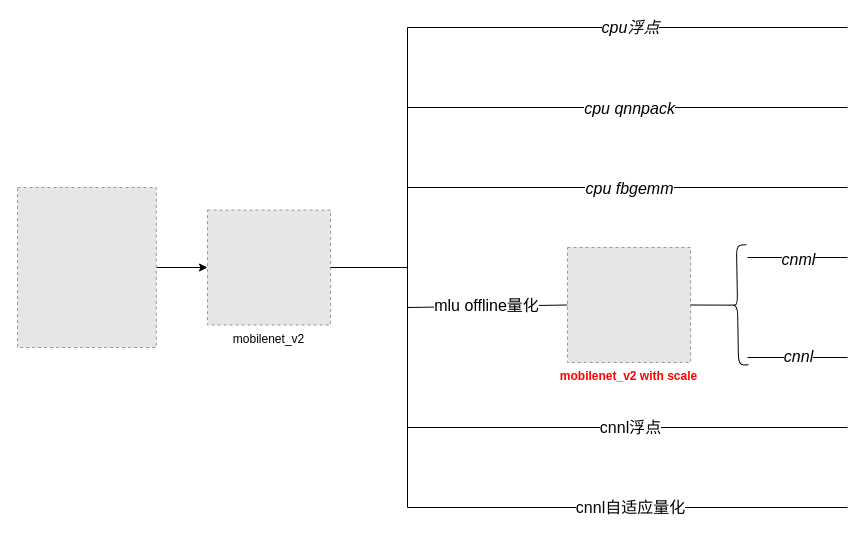
This is torch/quantize_analysis.drawio from alanzhai219/dive_into_framework, a draw.io file, before an edit. Source tidied: cells renumbered, new cells numbered last; positions are measured from the earlier drawing's top-left corner, leaving out a move shared by most shapes. Both pictures are drawn from the tidied source at 100%, with x=0, y=0 at pixel (17, 27). Pictures stored in the file or linked from it are replaced by grey dashed boxes.
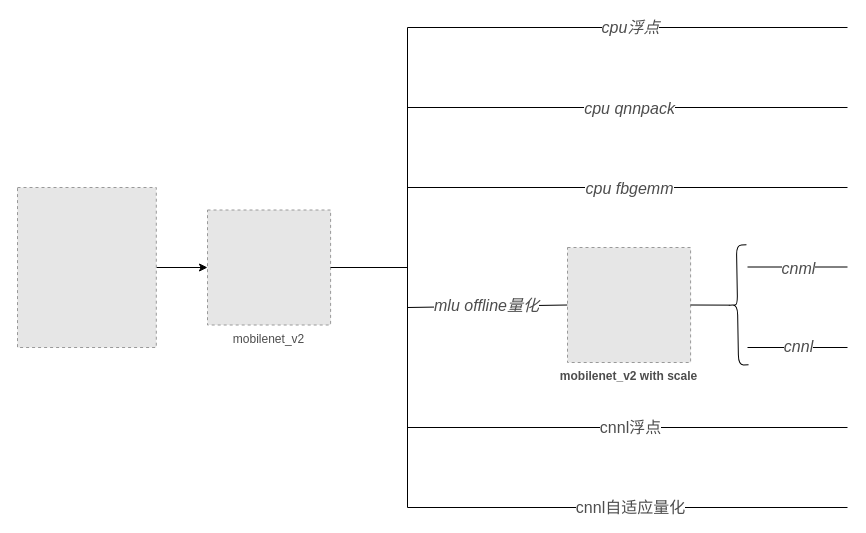
The same diagram, later.

Change to the diagram source:
```diff
@@
-    <mxCell id="2" style="edgeStyle=orthogonalEdgeStyle;rounded=0;jettySize=auto;html=1;" parent="1" edge="1" source="3" target="4">
+    <mxCell id="2" style="edgeStyle=orthogonalEdgeStyle;rounded=0;jettySize=auto;html=1;fontColor=#4D4D4D;" parent="1" edge="1" source="3" target="4">
       <mxGeometry relative="1" as="geometry" />
     </mxCell>
-    <mxCell id="3" style="fillColor=#E6E6E6;strokeColor=#999999;dashed=1;verticalLabelPosition=bottom;verticalAlign=top;" parent="1" vertex="1">
+    <mxCell id="3" style="fillColor=#E6E6E6;strokeColor=#999999;dashed=1;verticalLabelPosition=bottom;verticalAlign=top;fontColor=#4D4D4D;" parent="1" vertex="1">
       <mxGeometry y="160" width="138.8" height="160" as="geometry" />
     </mxCell>
-    <mxCell id="4" value="mobilenet_v2" style="fillColor=#E6E6E6;strokeColor=#999999;dashed=1;verticalLabelPosition=bottom;verticalAlign=top;" parent="1" vertex="1">
+    <mxCell id="4" value="mobilenet_v2" style="fillColor=#E6E6E6;strokeColor=#999999;dashed=1;verticalLabelPosition=bottom;verticalAlign=top;fontColor=#4D4D4D;" parent="1" vertex="1">
       <mxGeometry x="190" y="182.5" width="123.1" height="115" as="geometry" />
     </mxCell>
-    <mxCell id="5" style="endArrow=none;html=1;rounded=0;exitX=1;exitY=0.5;exitDx=0;exitDy=0;" parent="1" edge="1" source="4">
+    <mxCell id="5" style="endArrow=none;html=1;rounded=0;exitX=1;exitY=0.5;exitDx=0;exitDy=0;fontColor=#4D4D4D;" parent="1" edge="1" source="4">
       <mxGeometry relative="1" as="geometry">
         <mxPoint x="390" y="240" as="targetPoint" />
       </mxGeometry>
     </mxCell>
-    <mxCell id="6" style="endArrow=none;html=1;rounded=0;" parent="1" edge="1">
+    <mxCell id="6" style="endArrow=none;html=1;rounded=0;fontColor=#4D4D4D;" parent="1" edge="1">
       <mxGeometry relative="1" as="geometry">
         <mxPoint x="390" y="480" as="sourcePoint" />
         <mxPoint x="390" as="targetPoint" />
       </mxGeometry>
     </mxCell>
-    <mxCell id="7" style="endArrow=none;html=1;rounded=0;" parent="1" edge="1">
+    <mxCell id="7" style="endArrow=none;html=1;rounded=0;fontColor=#4D4D4D;" parent="1" edge="1">
       <mxGeometry relative="1" as="geometry">
         <mxPoint x="390" as="sourcePoint" />
         <mxPoint x="830" as="targetPoint" />
       </mxGeometry>
     </mxCell>
-    <mxCell id="8" value="&lt;font size=&quot;1&quot;&gt;&lt;i style=&quot;font-size: 16px&quot;&gt;cpu浮点&lt;/i&gt;&lt;/font&gt;" style="edgeLabel;html=1;align=center;verticalAlign=middle;" parent="7" vertex="1">
+    <mxCell id="8" value="&lt;font size=&quot;1&quot;&gt;&lt;i style=&quot;font-size: 16px&quot;&gt;cpu浮点&lt;/i&gt;&lt;/font&gt;" style="edgeLabel;html=1;align=center;verticalAlign=middle;fontColor=#4D4D4D;" parent="7" vertex="1">
       <mxGeometry x="0.3" y="1" relative="1" as="geometry">
         <mxPoint x="-64" as="offset" />
       </mxGeometry>
     </mxCell>
-    <mxCell id="9" style="endArrow=none;html=1;rounded=0;" parent="1" edge="1">
+    <mxCell id="9" style="endArrow=none;html=1;rounded=0;fontColor=#4D4D4D;" parent="1" edge="1">
       <mxGeometry relative="1" as="geometry">
         <mxPoint x="390" y="80" as="sourcePoint" />
         <mxPoint x="830" y="80" as="targetPoint" />
       </mxGeometry>
     </mxCell>
-    <mxCell id="10" value="&lt;font size=&quot;1&quot;&gt;&lt;i style=&quot;font-size: 16px&quot;&gt;cpu qnnpack&lt;/i&gt;&lt;/font&gt;" style="edgeLabel;html=1;align=center;verticalAlign=middle;" parent="9" vertex="1">
+    <mxCell id="10" value="&lt;font size=&quot;1&quot;&gt;&lt;i style=&quot;font-size: 16px&quot;&gt;cpu qnnpack&lt;/i&gt;&lt;/font&gt;" style="edgeLabel;html=1;align=center;verticalAlign=middle;fontColor=#4D4D4D;" parent="9" vertex="1">
       <mxGeometry x="0.28" relative="1" as="geometry">
         <mxPoint x="-61" as="offset" />
       </mxGeometry>
     </mxCell>
-    <mxCell id="11" style="endArrow=none;html=1;rounded=0;" parent="1" edge="1">
+    <mxCell id="11" style="endArrow=none;html=1;rounded=0;fontColor=#4D4D4D;" parent="1" edge="1">
       <mxGeometry relative="1" as="geometry">
         <mxPoint x="390" y="160" as="sourcePoint" />
         <mxPoint x="830" y="160" as="targetPoint" />
       </mxGeometry>
     </mxCell>
-    <mxCell id="12" value="&lt;font style=&quot;font-size: 16px&quot;&gt;&lt;i&gt;cpu fbgemm&lt;/i&gt;&lt;/font&gt;" style="edgeLabel;html=1;align=center;verticalAlign=middle;" parent="11" vertex="1">
+    <mxCell id="12" value="&lt;font style=&quot;font-size: 16px&quot;&gt;&lt;i&gt;cpu fbgemm&lt;/i&gt;&lt;/font&gt;" style="edgeLabel;html=1;align=center;verticalAlign=middle;fontColor=#4D4D4D;" parent="11" vertex="1">
       <mxGeometry x="0.28" relative="1" as="geometry">
         <mxPoint x="-61" as="offset" />
       </mxGeometry>
     </mxCell>
-    <mxCell id="13" style="endArrow=none;html=1;rounded=0;entryX=0;entryY=0.5;entryDx=0;entryDy=0;" parent="1" edge="1" target="19">
+    <mxCell id="13" style="endArrow=none;html=1;rounded=0;entryX=0;entryY=0.5;entryDx=0;entryDy=0;fontColor=#4D4D4D;" parent="1" edge="1" target="19">
       <mxGeometry relative="1" as="geometry">
         <mxPoint x="390" y="280" as="sourcePoint" />
       </mxGeometry>
     </mxCell>
-    <mxCell id="14" value="&lt;font style=&quot;font-size: 16px&quot;&gt;mlu offline量化&lt;/font&gt;" style="edgeLabel;html=1;align=center;verticalAlign=middle;" parent="13" vertex="1">
+    <mxCell id="14" value="&lt;font style=&quot;font-size: 16px&quot;&gt;&lt;i&gt;mlu offline量化&lt;/i&gt;&lt;/font&gt;" style="edgeLabel;html=1;align=center;verticalAlign=middle;fontColor=#4D4D4D;" parent="13" vertex="1">
       <mxGeometry x="0.28" relative="1" as="geometry">
         <mxPoint x="-23" y="-1" as="offset" />
       </mxGeometry>
     </mxCell>
-    <mxCell id="15" style="endArrow=none;html=1;rounded=0;" parent="1" edge="1">
+    <mxCell id="15" style="endArrow=none;html=1;rounded=0;fontColor=#4D4D4D;" parent="1" edge="1">
       <mxGeometry relative="1" as="geometry">
         <mxPoint x="390" y="400" as="sourcePoint" />
         <mxPoint x="830" y="400" as="targetPoint" />
       </mxGeometry>
     </mxCell>
-    <mxCell id="16" value="&lt;font style=&quot;font-size: 16px&quot;&gt;cnnl浮点&lt;/font&gt;" style="edgeLabel;html=1;align=center;verticalAlign=middle;" parent="15" vertex="1">
+    <mxCell id="16" value="&lt;font style=&quot;font-size: 16px&quot;&gt;cnnl浮点&lt;/font&gt;" style="edgeLabel;html=1;align=center;verticalAlign=middle;fontColor=#4D4D4D;" parent="15" vertex="1">
       <mxGeometry x="0.3" y="1" relative="1" as="geometry">
         <mxPoint x="-64" as="offset" />
       </mxGeometry>
     </mxCell>
-    <mxCell id="17" style="endArrow=none;html=1;rounded=0;" parent="1" edge="1">
+    <mxCell id="17" style="endArrow=none;html=1;rounded=0;fontColor=#4D4D4D;" parent="1" edge="1">
       <mxGeometry relative="1" as="geometry">
         <mxPoint x="390" y="480" as="sourcePoint" />
         <mxPoint x="830" y="480" as="targetPoint" />
       </mxGeometry>
     </mxCell>
-    <mxCell id="18" value="&lt;font style=&quot;font-size: 16px&quot;&gt;cnnl自适应量化&lt;/font&gt;" style="edgeLabel;html=1;align=center;verticalAlign=middle;" parent="17" vertex="1">
+    <mxCell id="18" value="&lt;font style=&quot;font-size: 16px&quot;&gt;cnnl自适应量化&lt;/font&gt;" style="edgeLabel;html=1;align=center;verticalAlign=middle;fontColor=#4D4D4D;" parent="17" vertex="1">
       <mxGeometry x="0.3" y="1" relative="1" as="geometry">
         <mxPoint x="-64" as="offset" />
       </mxGeometry>
     </mxCell>
-    <mxCell id="19" value="mobilenet_v2 with scale" style="fillColor=#E6E6E6;strokeColor=#999999;dashed=1;verticalLabelPosition=bottom;verticalAlign=top;fontStyle=1;fontColor=#FF0000;" parent="1" vertex="1">
+    <mxCell id="19" value="mobilenet_v2 with scale" style="fillColor=#E6E6E6;strokeColor=#999999;dashed=1;verticalLabelPosition=bottom;verticalAlign=top;fontStyle=1;fontColor=#4D4D4D;" parent="1" vertex="1">
       <mxGeometry x="550" y="220" width="123.1" height="115" as="geometry" />
     </mxCell>
-    <mxCell id="20" style="shape=curlyBracket;whiteSpace=wrap;html=1;rounded=1;flipH=1;fontColor=#FF0000;rotation=-181;" parent="1" vertex="1">
+    <mxCell id="20" style="shape=curlyBracket;whiteSpace=wrap;html=1;rounded=1;flipH=1;fontColor=#4D4D4D;rotation=-181;" parent="1" vertex="1">
       <mxGeometry x="710" y="217.5" width="20" height="120" as="geometry" />
     </mxCell>
-    <mxCell id="21" style="endArrow=none;html=1;rounded=0;fontColor=#FF0000;exitX=1;exitY=0.5;exitDx=0;exitDy=0;entryX=0.1;entryY=0.5;entryDx=0;entryDy=0;entryPerimeter=0;" parent="1" edge="1" source="19" target="20">
+    <mxCell id="21" style="endArrow=none;html=1;rounded=0;fontColor=#4D4D4D;exitX=1;exitY=0.5;exitDx=0;exitDy=0;entryX=0.1;entryY=0.5;entryDx=0;entryDy=0;entryPerimeter=0;" parent="1" edge="1" source="19" target="20">
       <mxGeometry relative="1" as="geometry" />
     </mxCell>
-    <mxCell id="22" style="endArrow=none;html=1;rounded=0;fontColor=#FF0000;" parent="1" edge="1">
+    <mxCell id="22" style="endArrow=none;html=1;rounded=0;fontColor=#4D4D4D;" parent="1" edge="1">
       <mxGeometry relative="1" as="geometry">
-        <mxPoint x="730" y="230" as="sourcePoint" />
-        <mxPoint x="830" y="230" as="targetPoint" />
+        <mxPoint x="730" y="239.5" as="sourcePoint" />
+        <mxPoint x="830" y="239.5" as="targetPoint" />
       </mxGeometry>
     </mxCell>
-    <mxCell id="23" value="&lt;font color=&quot;#000000&quot; style=&quot;font-size: 16px&quot;&gt;&lt;i&gt;cnml&lt;/i&gt;&lt;/font&gt;" style="edgeLabel;html=1;align=center;verticalAlign=middle;fontColor=#FF0000;" parent="22" vertex="1">
+    <mxCell id="23" value="&lt;font style=&quot;font-size: 16px&quot;&gt;&lt;i&gt;cnml&lt;/i&gt;&lt;/font&gt;" style="edgeLabel;html=1;align=center;verticalAlign=middle;fontColor=#4D4D4D;" parent="22" vertex="1">
       <mxGeometry x="0.33" y="-1" relative="1" as="geometry">
         <mxPoint x="-17" as="offset" />
       </mxGeometry>
     </mxCell>
-    <mxCell id="24" style="endArrow=none;html=1;rounded=0;fontColor=#FF0000;" parent="1" edge="1">
+    <mxCell id="24" style="endArrow=none;html=1;rounded=0;fontColor=#4D4D4D;" parent="1" edge="1">
       <mxGeometry relative="1" as="geometry">
-        <mxPoint x="730" y="330" as="sourcePoint" />
-        <mxPoint x="830" y="330" as="targetPoint" />
+        <mxPoint x="730" y="320" as="sourcePoint" />
+        <mxPoint x="830" y="320" as="targetPoint" />
       </mxGeometry>
     </mxCell>
-    <mxCell id="25" value="&lt;i&gt;&lt;font style=&quot;font-size: 16px&quot;&gt;cnnl&lt;/font&gt;&lt;/i&gt;" style="edgeLabel;html=1;align=center;verticalAlign=middle;fontColor=#000000;" parent="24" vertex="1">
+    <mxCell id="25" value="&lt;i&gt;&lt;font style=&quot;font-size: 16px&quot;&gt;cnnl&lt;/font&gt;&lt;/i&gt;" style="edgeLabel;html=1;align=center;verticalAlign=middle;fontColor=#4D4D4D;" parent="24" vertex="1">
       <mxGeometry x="0.4" y="2" relative="1" as="geometry">
         <mxPoint x="-20" as="offset" />
       </mxGeometry>
     </mxCell>
```
